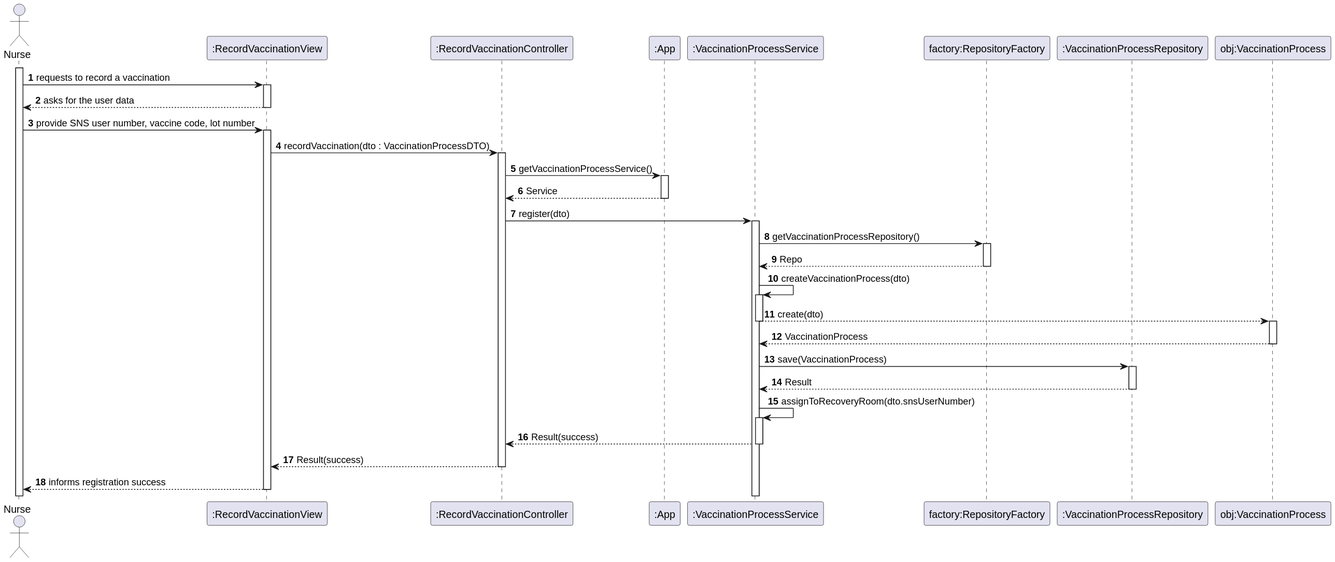
This is docs/system-documentation/US41/svg/US41-SD.svg from Parafita123/leti-esoft-25-26-B1, a PlantUML export, as it was before one commit.
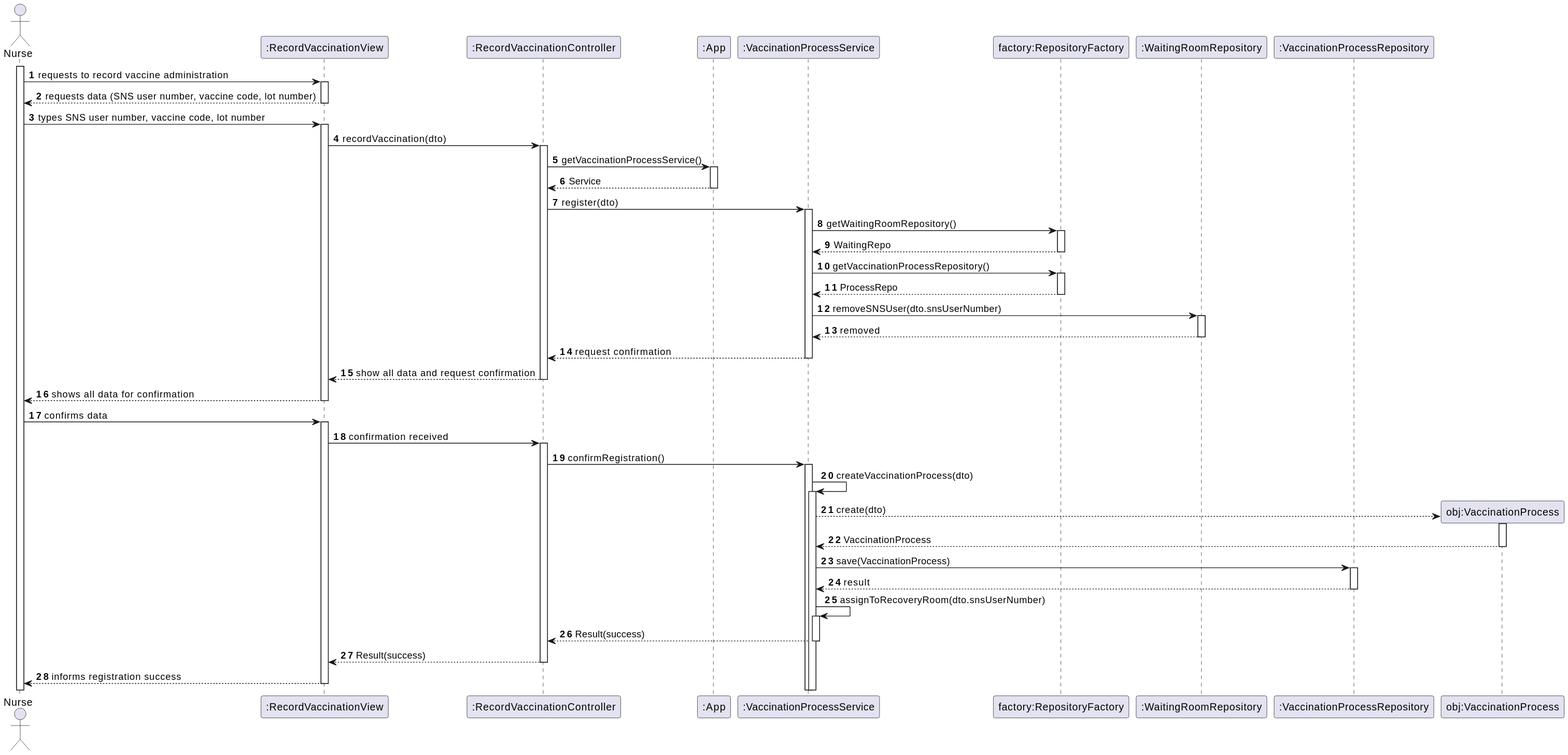
The same diagram one commit later.

The edit, as a diff of the source:
```diff
@@ -8,29 +8,43 @@
 participant ":App" as App
 participant ":VaccinationProcessService" as Service
 participant "factory:RepositoryFactory" as Factory
-participant ":VaccinationProcessRepository" as Repo
+participant ":WaitingRoomRepository" as WaitingRepo
+participant ":VaccinationProcessRepository" as ProcessRepo
 participant "obj:VaccinationProcess" as VaccinationProcess
 
 activate Nurse
 
-Nurse -> View: requests to record a vaccination
-View --> Nurse: asks for the user data
-Nurse -> View: provide SNS user number, vaccine code, lot number
+Nurse -> View: requests to record vaccine administration
+View --> Nurse: requests data (SNS user number, vaccine code, lot number)
+Nurse -> View: types SNS user number, vaccine code, lot number
 
-View -> Controller: recordVaccination(dto : VaccinationProcessDTO)
+View -> Controller: recordVaccination(dto)
 Controller -> App: getVaccinationProcessService()
 App --> Controller: Service
 Controller -> Service: register(dto)
 
+Service -> Factory: getWaitingRoomRepository()
+Factory --> Service: WaitingRepo
 Service -> Factory: getVaccinationProcessRepository()
-Factory --> Service: Repo
+Factory --> Service: ProcessRepo
+
+Service -> WaitingRepo: removeSNSUser(dto.snsUserNumber)
+WaitingRepo --> Service: removed
+
+
+Service --> Controller: request confirmation
+Controller --> View: show all data and request confirmation
+View --> Nurse: shows all data for confirmation
+Nurse -> View: confirms data
+View -> Controller: confirmation received
+Controller -> Service: confirmRegistration()
 
 Service -> Service: createVaccinationProcess(dto)
-Service --> VaccinationProcess: create(dto)
+Service --> VaccinationProcess**: create(dto)
 activate VaccinationProcess
 VaccinationProcess --> Service: VaccinationProcess
-Service -> Repo: save(VaccinationProcess)
-Repo --> Service: Result
+Service -> ProcessRepo: save(VaccinationProcess)
+ProcessRepo --> Service: result
 
 Service -> Service: assignToRecoveryRoom(dto.snsUserNumber)
 
```
